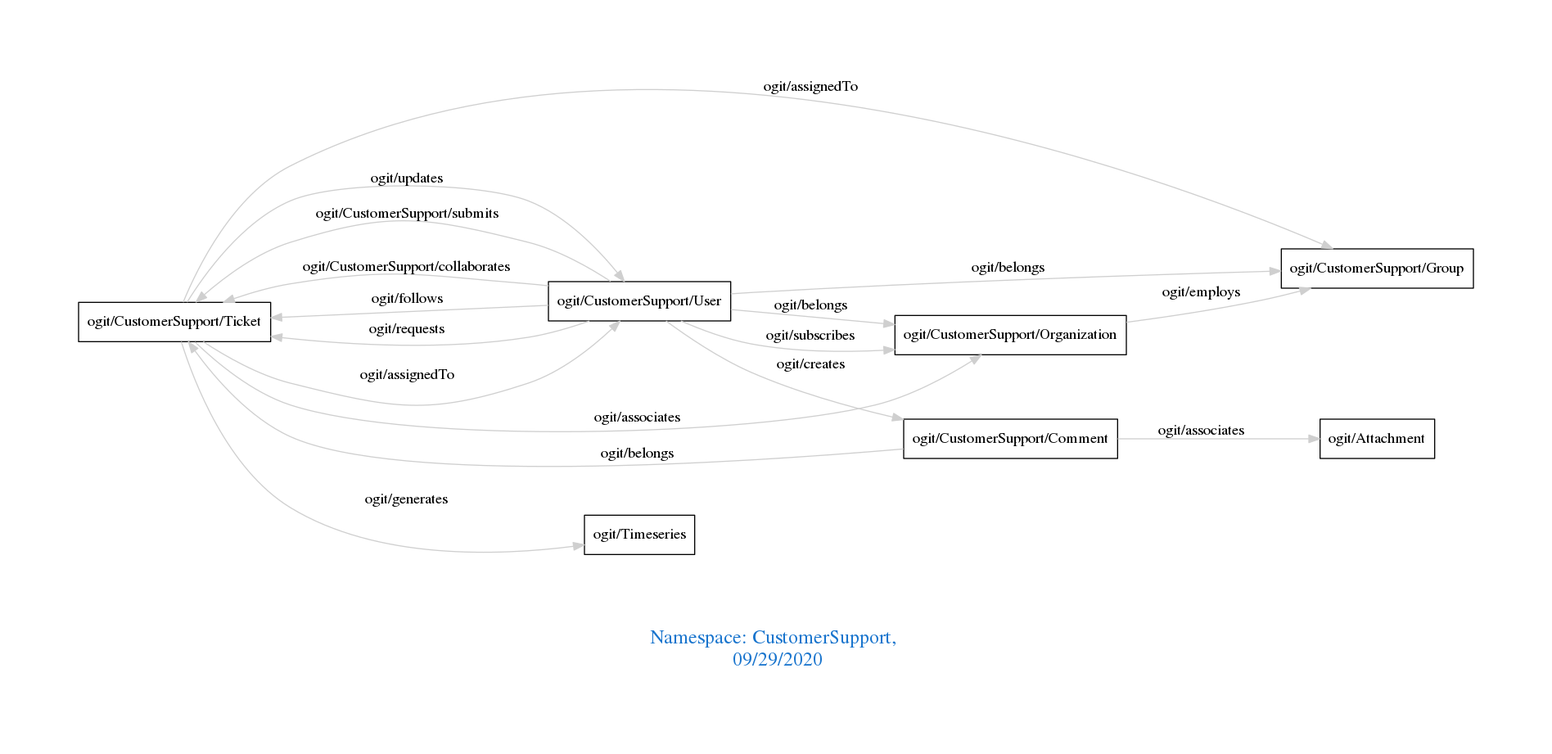
arago/OGIT keeps this Graphviz diagram as downloads/CustomerSupport.png. Above is the earlier version. Its source is kept beside it as downloads/CustomerSupport.dot.
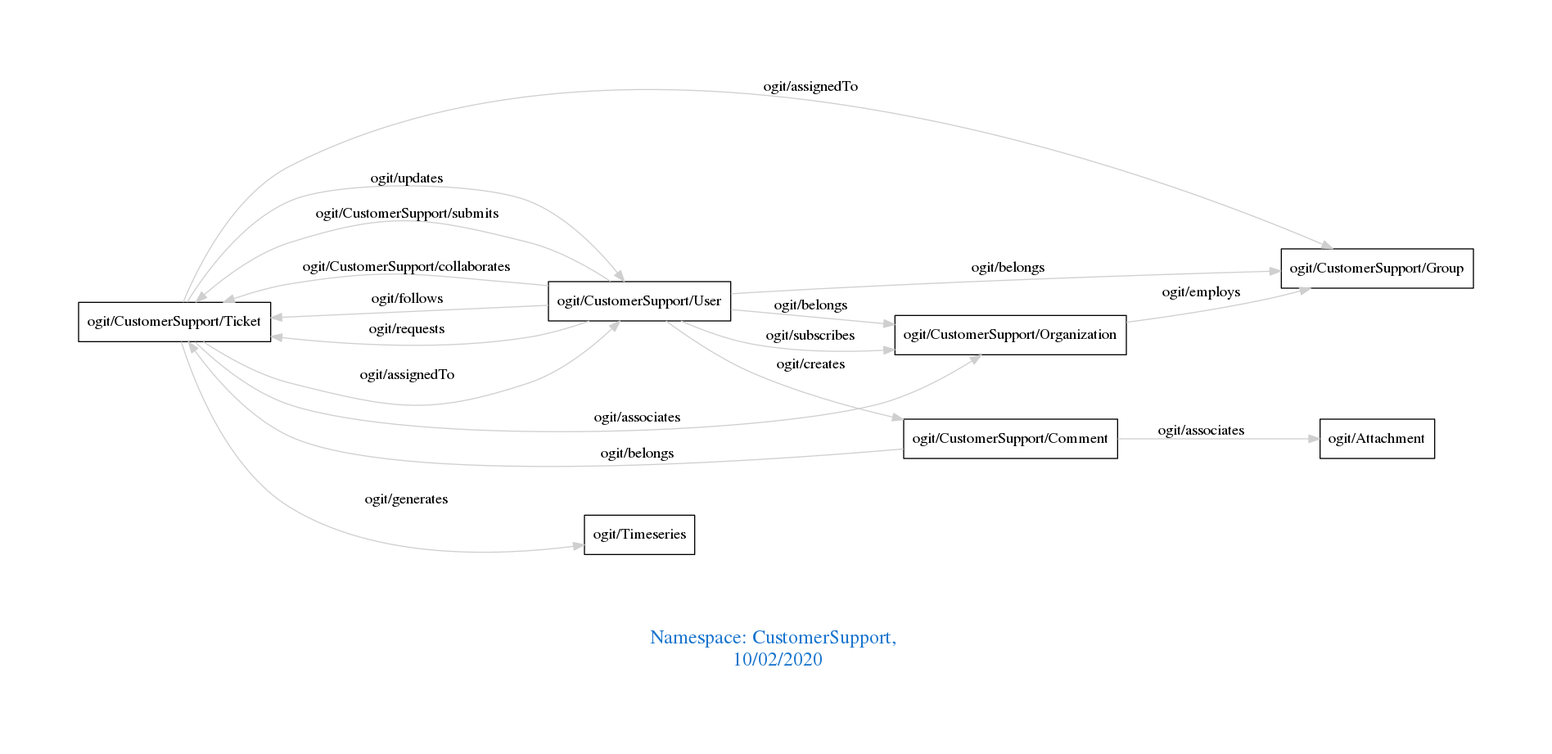
Above is the later version.

Diff of the diagram source:
```diff
@@ -1,7 +1,7 @@
 digraph OGIT_ontology {
  graph [ rankdir= LR,pad=1
 fontsize = 18,
-fontcolor= dodgerblue3,label = "\n\n\nNamespace: CustomerSupport, \n 09/29/2020"];
+fontcolor= dodgerblue3,label = "\n\n\nNamespace: CustomerSupport, \n 10/02/2020"];
 node[shape=polygon];
 edge [  color="gray81"];
 
```
